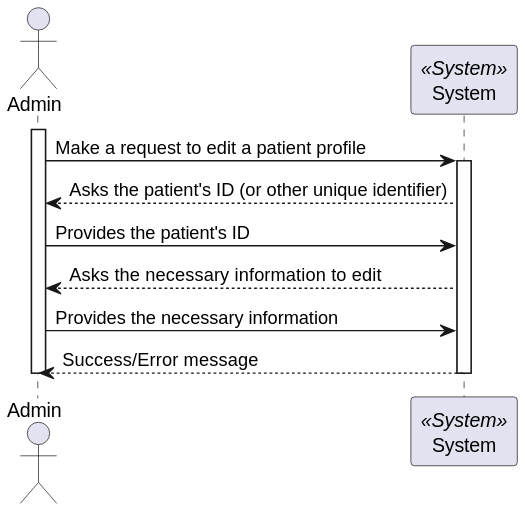
The PlantUML diagram docs/Sprint_1/US_5.1.9/L1/Process_View.svg in Rodrick0209/ISEP-SEM5PI-24-25, before a commit.
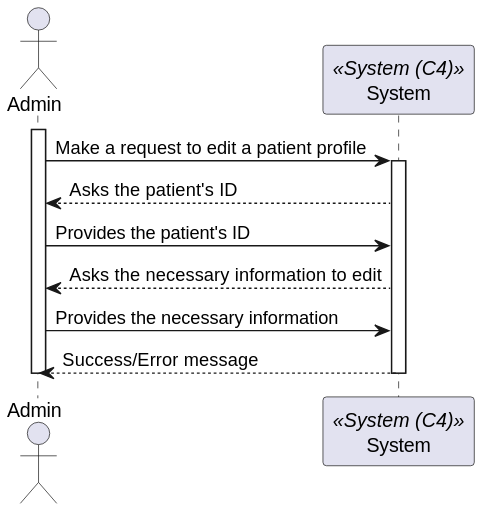
After the change.

The edit, as a diff of the source:
```diff
@@ -1,12 +1,12 @@
 @startuml
 actor Admin
-participant System <<System>>
+participant System <<System (C4)>>
 
 activate Admin
 
 Admin -> System: Make a request to edit a patient profile
 activate System
-System --> Admin : Asks the patient's ID (or other unique identifier)
+System --> Admin : Asks the patient's ID
 Admin -> System: Provides the patient's ID
 System --> Admin : Asks the necessary information to edit
 Admin -> System: Provides the necessary information
```
